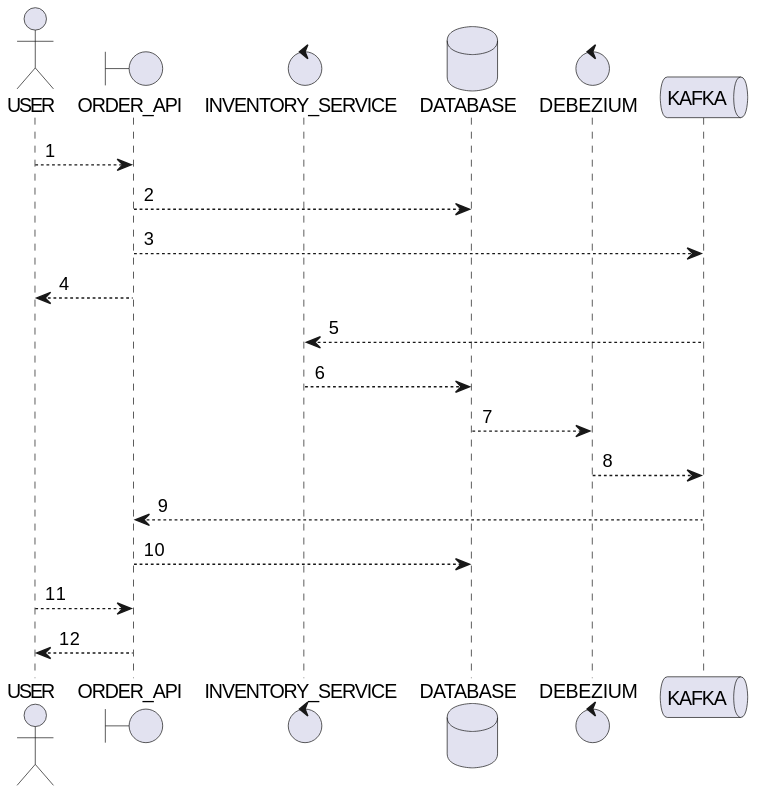
Earlier version of the PlantUML export docs/overview_seq.svg (7mza/kafka-demo).
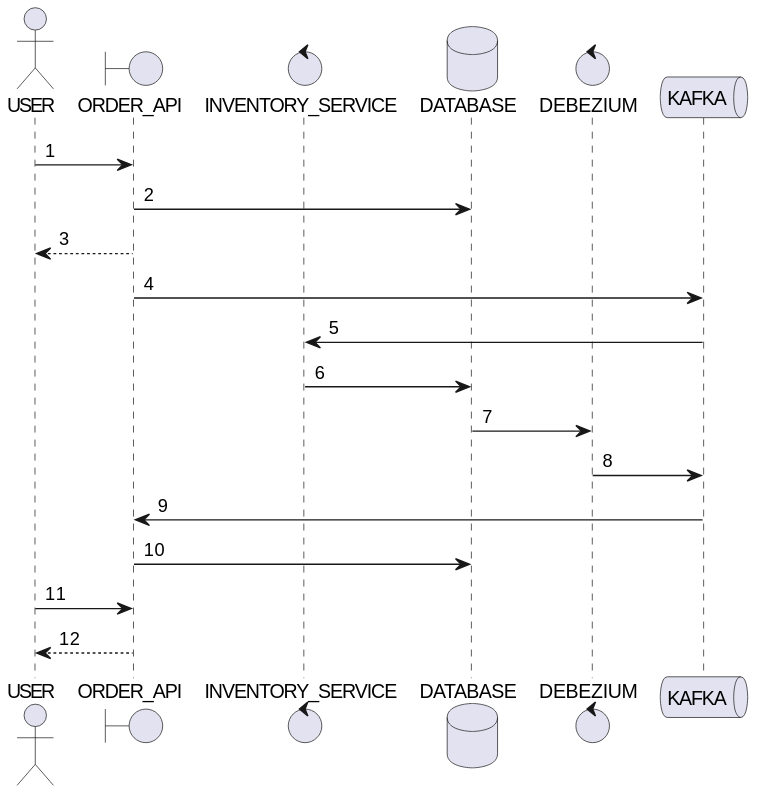
Later version of the same file.

Change to the diagram source:
```diff
@@ -6,16 +6,16 @@
 control DEBEZIUM as Z
 queue KAFKA as K
 
-U --> API: 1
-API --> DB: 2
-API --> K: 3
-API --> U: 4
-K --> SERVICE: 5
-SERVICE --> DB: 6
-DB --> Z: 7
-Z --> K: 8
-K --> API: 9
-API --> DB: 10
-U --> API: 11
+U -> API: 1
+API -> DB: 2
+API --> U: 3
+API -> K: 4
+K -> SERVICE: 5
+SERVICE -> DB: 6
+DB -> Z: 7
+Z -> K: 8
+K -> API: 9
+API -> DB: 10
+U -> API: 11
 API --> U: 12
 @enduml
```
